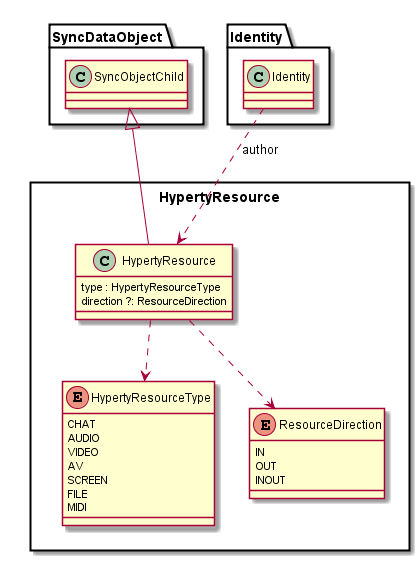
Above: docs/datamodel/data-objects/communication/Hyperty-Resource-Data-Object-Model.png in reTHINK-project/dev-service-framework (PlantUML), before the change.
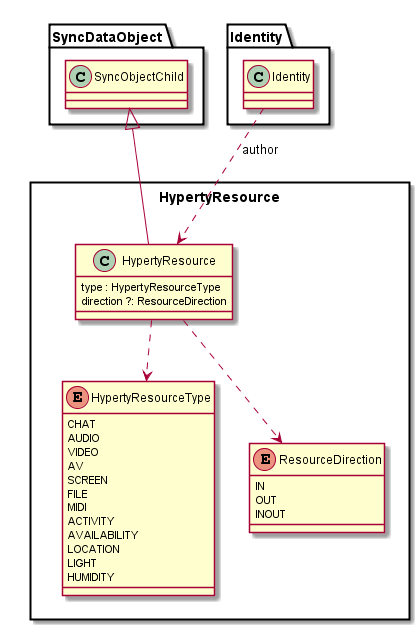
Later version of the same file.

Commit message:
added senml units to context data models

Change to the diagram source:
```diff
@@ -15,6 +15,11 @@
 		SCREEN
 		FILE
 		MIDI
+		ACTIVITY
+		AVAILABILITY
+		LOCATION
+		LIGHT
+		HUMIDITY
 	}
 
 	enum ResourceDirection {
```
